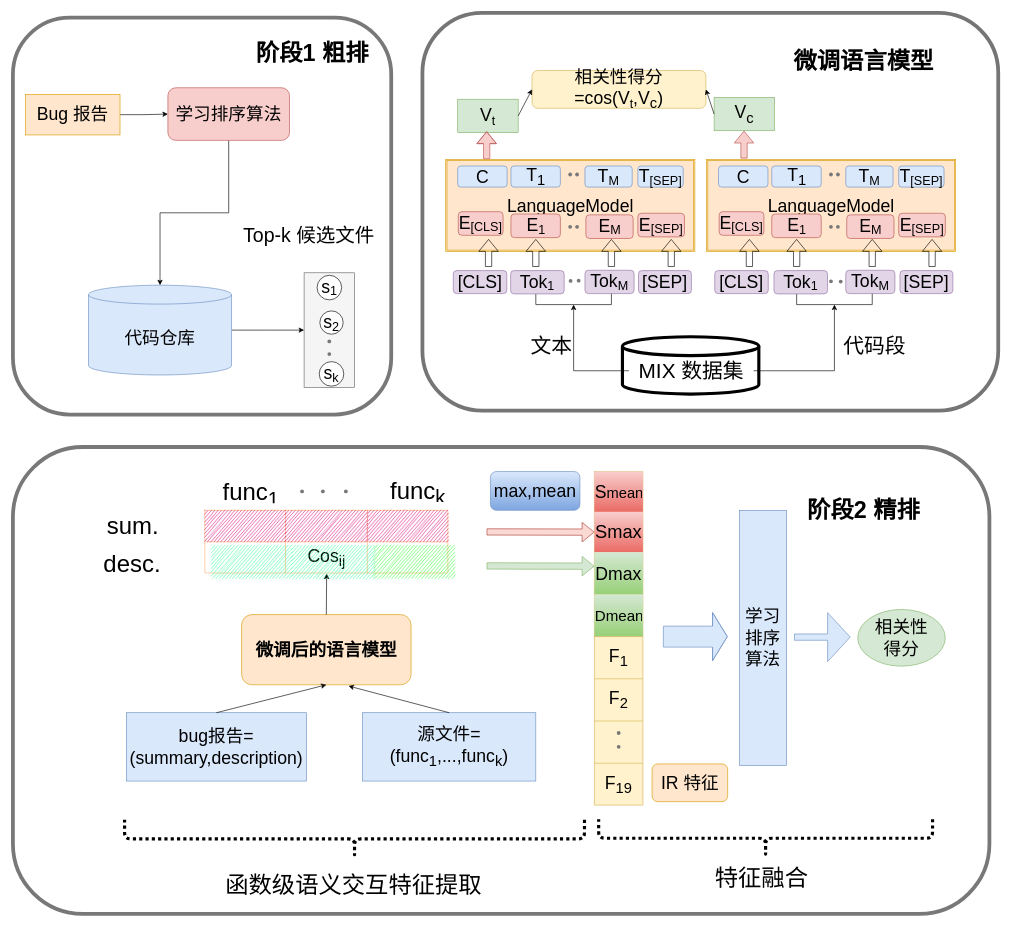
Earlier version of the draw.io diagram 第三章设计架构图.drawio (hangdj/BERT-PLI-IJCAI2020). Source tidied: cells renumbered, new cells numbered last; positions are measured from the earlier drawing's top-left corner, leaving out a move shared by most shapes. Both pictures are drawn from the tidied source at 63%, with x=0, y=0 at pixel (13, 13).
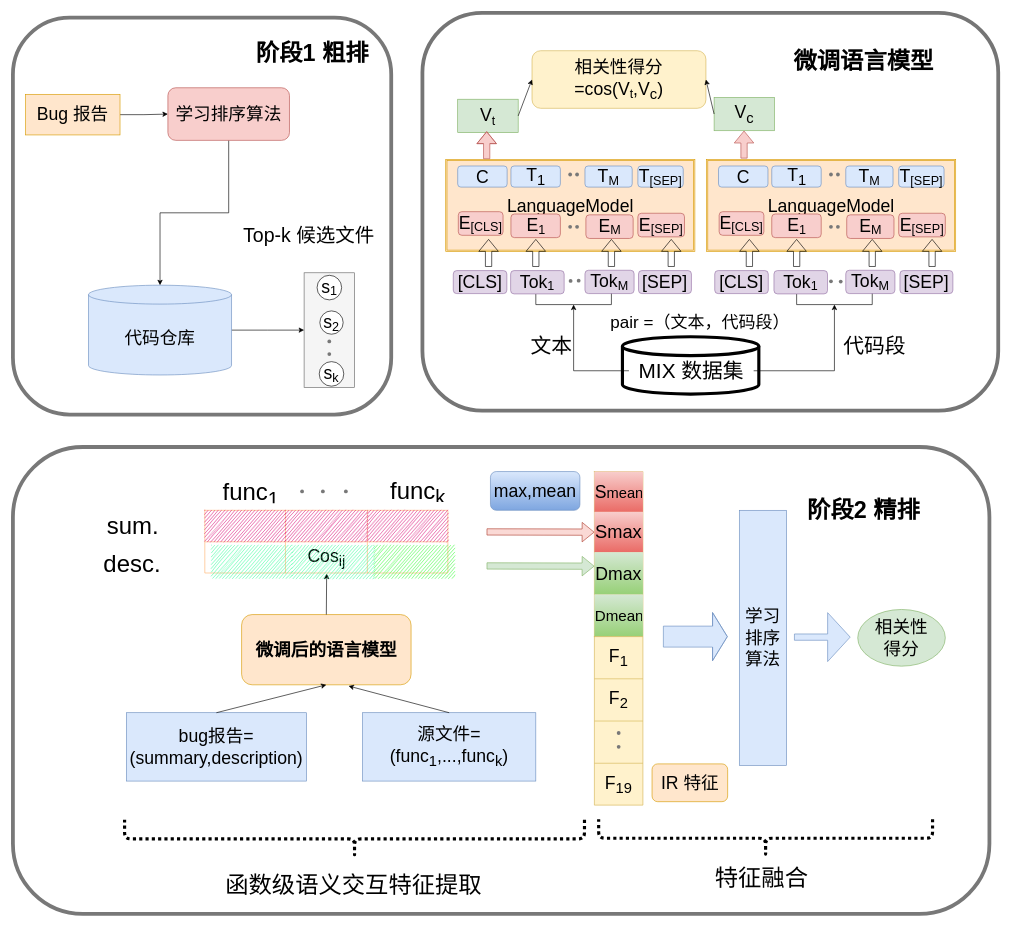
After the change.

Commit message:
Update 第三章设计架构图.drawio

The edit, as a diff of the source:
```diff
@@
     <mxCell id="80" value="&lt;font style=&quot;font-size: 28px&quot;&gt;相关性得分=cos(V&lt;/font&gt;&lt;font&gt;&lt;span style=&quot;font-size: 23.3333px&quot;&gt;&lt;sub&gt;t&lt;/sub&gt;&lt;/span&gt;&lt;span style=&quot;font-size: 28px&quot;&gt;,V&lt;sub&gt;c&lt;/sub&gt;&lt;/span&gt;&lt;span style=&quot;font-size: 28px&quot;&gt;)&lt;/span&gt;&lt;/font&gt;" style="rounded=1;whiteSpace=wrap;html=1;fillColor=#fff2cc;strokeColor=#d6b656;" parent="1" vertex="1">
-      <mxGeometry x="824" y="91.4" width="276" height="60" as="geometry" />
+      <mxGeometry x="824" y="60" width="276" height="91.4" as="geometry" />
     </mxCell>
@@
+    <mxCell id="140" value="&lt;font style=&quot;font-size: 27px&quot;&gt;pair =（文本，代码段）&lt;/font&gt;" style="text;html=1;strokeColor=none;fillColor=none;align=center;verticalAlign=middle;whiteSpace=wrap;rounded=0;" parent="1" vertex="1">
+      <mxGeometry x="941.5" y="476.5" width="297.5" height="30" as="geometry" />
+    </mxCell>
```
